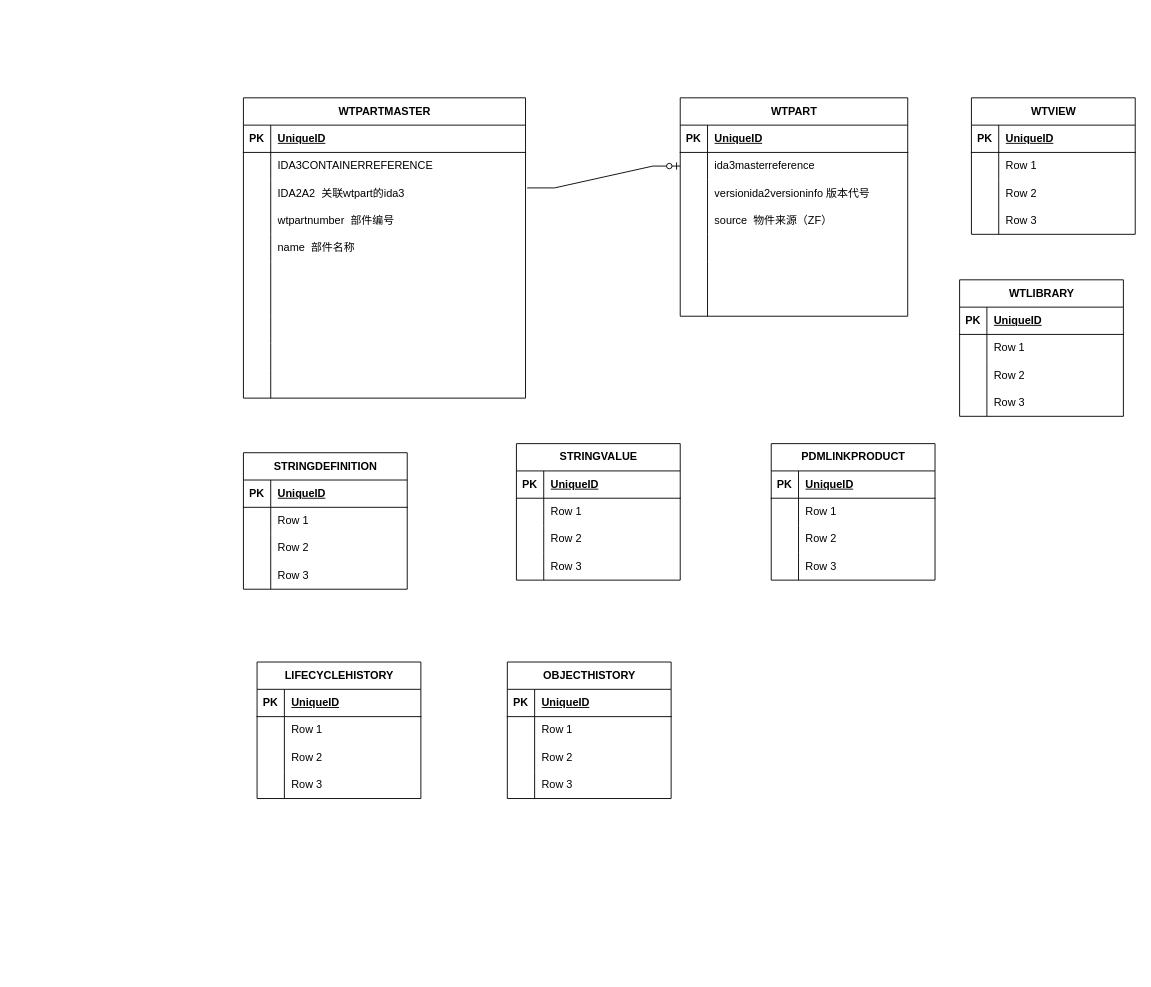
The draw.io diagram pdm数据结构.drawio in fxfng/hello-world, before the edit. Source tidied: cells renumbered, new cells numbered last; positions are measured from the earlier drawing's top-left corner, leaving out a move shared by most shapes. Both pictures are drawn from the tidied source at 91%, with x=0, y=0 at pixel (243, 97).
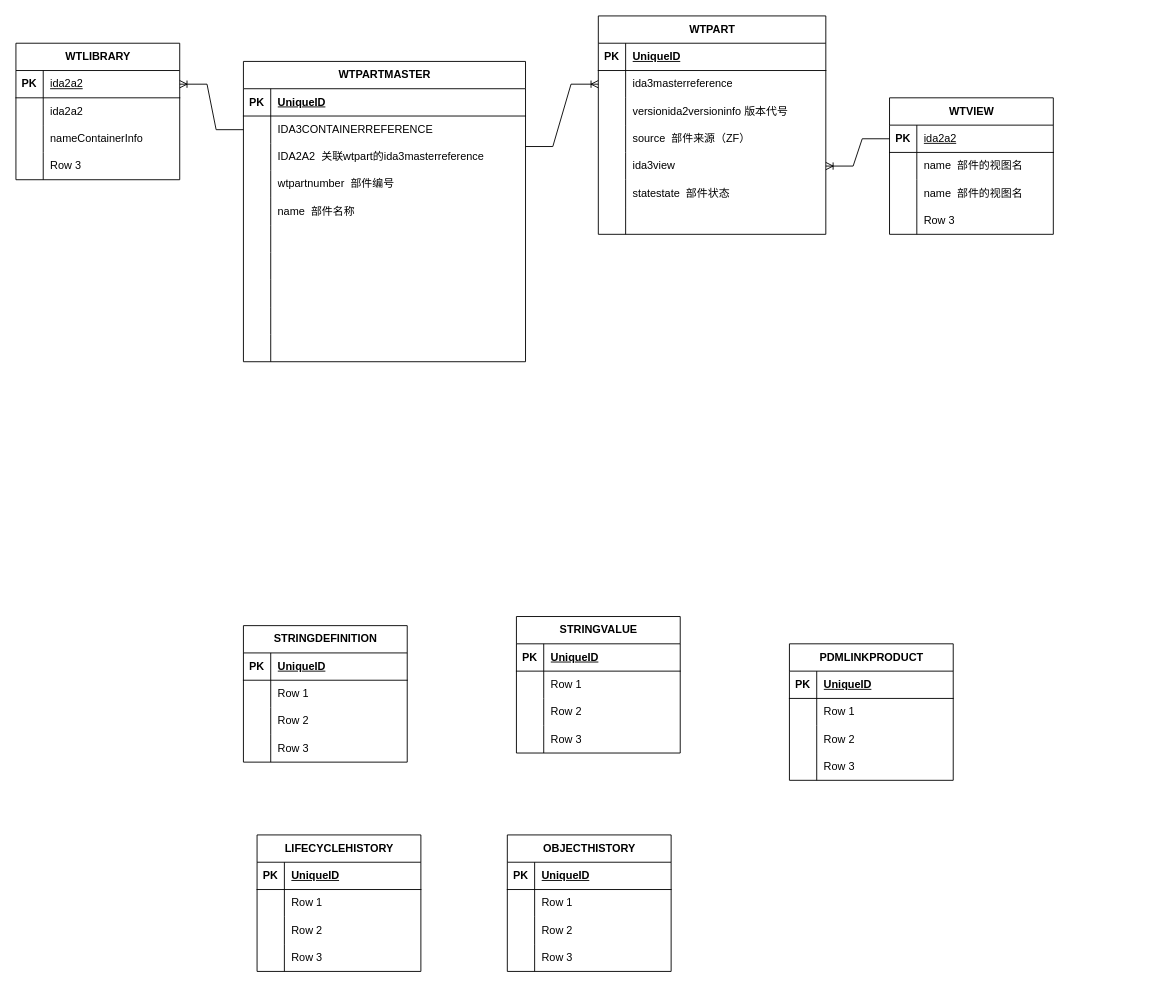
The same page after the edit.

Commit message:
更新pdm数据结构.drawio

The change refers to these unchanged cells:
```xml
<mxCell id="6" style="shape=tableRow;horizontal=0;startSize=0;swimlaneHead=0;swimlaneBody=0;fillColor=none;points=[[0,0.5],[1,0.5]];portConstraint=eastwest;top=0;left=0;right=0;bottom=0;" parent="2" vertex="1">
  <mxGeometry y="60" width="250" height="30" as="geometry" />
</mxCell>
<mxCell id="12" style="shape=tableRow;horizontal=0;startSize=0;swimlaneHead=0;swimlaneBody=0;fillColor=none;top=0;left=0;right=0;bottom=0;" parent="2" vertex="1">
  <mxGeometry y="120" width="250" height="30" as="geometry" />
</mxCell>
<mxCell id="15" style="shape=tableRow;horizontal=0;startSize=0;swimlaneHead=0;swimlaneBody=0;fillColor=none;points=[[0,0.5],[1,0.5]];portConstraint=eastwest;top=0;left=0;right=0;bottom=0;" parent="2" vertex="1">
  <mxGeometry y="150" width="250" height="30" as="geometry" />
</mxCell>
<mxCell id="18" style="shape=tableRow;horizontal=0;startSize=0;swimlaneHead=0;swimlaneBody=0;fillColor=none;top=0;left=0;right=0;bottom=0;" parent="2" vertex="1">
  <mxGeometry y="180" width="250" height="30" as="geometry" />
</mxCell>
<mxCell id="42" style="shape=tableRow;horizontal=0;startSize=0;swimlaneHead=0;swimlaneBody=0;fillColor=none;points=[[0,0.5],[1,0.5]];portConstraint=eastwest;top=0;left=0;right=0;bottom=0;" parent="38" vertex="1">
  <mxGeometry y="60" width="310" height="30" as="geometry" />
</mxCell>
<mxCell id="45" style="shape=tableRow;horizontal=0;startSize=0;swimlaneHead=0;swimlaneBody=0;fillColor=none;points=[[0,0.5],[1,0.5]];portConstraint=eastwest;top=0;left=0;right=0;bottom=0;" parent="38" vertex="1">
  <mxGeometry y="90" width="310" height="30" as="geometry" />
</mxCell>
<mxCell id="109" style="shape=tableRow;horizontal=0;startSize=0;swimlaneHead=0;swimlaneBody=0;fillColor=none;points=[[0,0.5],[1,0.5]];portConstraint=eastwest;top=0;left=0;right=0;bottom=1;" parent="108" vertex="1">
  <mxGeometry y="30" width="180" height="30" as="geometry" />
</mxCell>
<mxCell id="112" style="shape=tableRow;horizontal=0;startSize=0;swimlaneHead=0;swimlaneBody=0;fillColor=none;top=0;left=0;right=0;bottom=0;" parent="108" vertex="1">
  <mxGeometry y="60" width="180" height="30" as="geometry" />
</mxCell>
<mxCell id="115" style="shape=tableRow;horizontal=0;startSize=0;swimlaneHead=0;swimlaneBody=0;fillColor=none;top=0;left=0;right=0;bottom=0;" parent="108" vertex="1">
  <mxGeometry y="90" width="180" height="30" as="geometry" />
</mxCell>
<mxCell id="135" style="shape=tableRow;horizontal=0;startSize=0;swimlaneHead=0;swimlaneBody=0;fillColor=none;points=[[0,0.5],[1,0.5]];portConstraint=eastwest;top=0;left=0;right=0;bottom=1;" parent="134" vertex="1">
  <mxGeometry y="30" width="180" height="30" as="geometry" />
</mxCell>
<mxCell id="138" style="shape=tableRow;horizontal=0;startSize=0;swimlaneHead=0;swimlaneBody=0;fillColor=none;top=0;left=0;right=0;bottom=0;" parent="134" vertex="1">
  <mxGeometry y="60" width="180" height="30" as="geometry" />
</mxCell>
<mxCell id="141" style="shape=tableRow;horizontal=0;startSize=0;swimlaneHead=0;swimlaneBody=0;fillColor=none;top=0;left=0;right=0;bottom=0;" parent="134" vertex="1">
  <mxGeometry y="90" width="180" height="30" as="geometry" />
</mxCell>
```

The edit, as a diff of the source:
```diff
@@
     <mxCell id="2" value="WTPART" style="shape=table;startSize=30;childLayout=tableLayout;rowLines=0;fontStyle=1;align=center;html=1;" parent="1" vertex="1">
-      <mxGeometry x="480" width="250" height="240" as="geometry" />
+      <mxGeometry x="390" y="-90" width="250" height="240" as="geometry" />
     </mxCell>
@@
-    <mxCell id="14" value="source&amp;nbsp; 物件来源（ZF）" style="shape=partialRectangle;fillColor=none;top=0;left=0;bottom=0;right=0;align=left;spacingLeft=6;overflow=hidden;whiteSpace=wrap;html=1;" parent="12" vertex="1">
+    <mxCell id="14" value="source&amp;nbsp; 部件来源（ZF）" style="shape=partialRectangle;fillColor=none;top=0;left=0;bottom=0;right=0;align=left;spacingLeft=6;overflow=hidden;whiteSpace=wrap;html=1;" parent="12" vertex="1">
       <mxGeometry x="30" width="220" height="30" as="geometry" />
     </mxCell>
@@
-    <mxCell id="17" style="shape=partialRectangle;fillColor=none;top=0;left=0;bottom=0;right=0;align=left;spacingLeft=6;overflow=hidden;whiteSpace=wrap;html=1;" parent="15" vertex="1">
+    <mxCell id="17" value="ida3view" style="shape=partialRectangle;fillColor=none;top=0;left=0;bottom=0;right=0;align=left;spacingLeft=6;overflow=hidden;whiteSpace=wrap;html=1;" parent="15" vertex="1">
       <mxGeometry x="30" width="220" height="30" as="geometry" />
     </mxCell>
@@
-    <mxCell id="20" style="shape=partialRectangle;fillColor=none;top=0;left=0;bottom=0;right=0;align=left;spacingLeft=6;overflow=hidden;whiteSpace=wrap;html=1;" parent="18" vertex="1">
+    <mxCell id="20" value="statestate&amp;nbsp; 部件状态" style="shape=partialRectangle;fillColor=none;top=0;left=0;bottom=0;right=0;align=left;spacingLeft=6;overflow=hidden;whiteSpace=wrap;html=1;" parent="18" vertex="1">
       <mxGeometry x="30" width="220" height="30" as="geometry" />
     </mxCell>
@@
-    <mxCell id="24" style="edgeStyle=entityRelationEdgeStyle;fontSize=12;html=1;endArrow=ERzeroToOne;endFill=1;rounded=0;entryX=0;entryY=0.5;entryDx=0;entryDy=0;exitX=1.006;exitY=0.3;exitDx=0;exitDy=0;exitPerimeter=0;" parent="1" edge="1" source="45" target="6">
-      <mxGeometry relative="1" as="geometry" />
-    </mxCell>
     <mxCell id="25" value="STRINGDEFINITION" style="shape=table;startSize=30;childLayout=tableLayout;rowLines=0;fontStyle=1;align=center;html=1;" parent="1" vertex="1">
-      <mxGeometry y="390" width="180" height="150" as="geometry" />
+      <mxGeometry y="580" width="180" height="150" as="geometry" />
     </mxCell>
@@
     <mxCell id="38" value="WTPARTMASTER" style="shape=table;startSize=30;childLayout=tableLayout;rowLines=0;fontStyle=1;align=center;html=1;" parent="1" vertex="1">
-      <mxGeometry width="310" height="330" as="geometry" />
+      <mxGeometry y="-40" width="310" height="330" as="geometry" />
     </mxCell>
@@
-    <mxCell id="47" value="IDA2A2&amp;nbsp; 关联wtpart的ida3" style="shape=partialRectangle;fillColor=none;top=0;left=0;bottom=0;right=0;align=left;spacingLeft=6;overflow=hidden;whiteSpace=wrap;html=1;" parent="45" vertex="1">
+    <mxCell id="47" value="IDA2A2&amp;nbsp; 关联wtpart的ida3masterreference" style="shape=partialRectangle;fillColor=none;top=0;left=0;bottom=0;right=0;align=left;spacingLeft=6;overflow=hidden;whiteSpace=wrap;html=1;" parent="45" vertex="1">
       <mxGeometry x="30" width="280" height="30" as="geometry" />
     </mxCell>
@@
     <mxCell id="69" value="STRINGVALUE" style="shape=table;startSize=30;childLayout=tableLayout;rowLines=0;fontStyle=1;align=center;html=1;" parent="1" vertex="1">
-      <mxGeometry x="300" y="380" width="180" height="150" as="geometry" />
+      <mxGeometry x="300" y="570" width="180" height="150" as="geometry" />
     </mxCell>
@@
     <mxCell id="82" value="PDMLINKPRODUCT" style="shape=table;startSize=30;childLayout=tableLayout;rowLines=0;fontStyle=1;align=center;html=1;" parent="1" vertex="1">
-      <mxGeometry x="580" y="380" width="180" height="150" as="geometry" />
+      <mxGeometry x="600" y="600" width="180" height="150" as="geometry" />
     </mxCell>
@@
     <mxCell id="95" value="LIFECYCLEHISTORY" style="shape=table;startSize=30;childLayout=tableLayout;rowLines=0;fontStyle=1;align=center;html=1;" parent="1" vertex="1">
-      <mxGeometry x="15" y="620" width="180" height="150" as="geometry" />
+      <mxGeometry x="15" y="810" width="180" height="150" as="geometry" />
     </mxCell>
@@
     <mxCell id="108" value="WTVIEW" style="shape=table;startSize=30;childLayout=tableLayout;rowLines=0;fontStyle=1;align=center;html=1;" parent="1" vertex="1">
-      <mxGeometry x="800" width="180" height="150" as="geometry" />
+      <mxGeometry x="710" width="180" height="150" as="geometry" />
     </mxCell>
@@
-    <mxCell id="111" value="UniqueID" style="shape=partialRectangle;fillColor=none;top=0;left=0;bottom=0;right=0;align=left;spacingLeft=6;fontStyle=5;overflow=hidden;whiteSpace=wrap;html=1;" parent="109" vertex="1">
+    <mxCell id="111" value="&lt;span style=&quot;font-weight: 400;&quot;&gt;ida2a2&lt;/span&gt;" style="shape=partialRectangle;fillColor=none;top=0;left=0;bottom=0;right=0;align=left;spacingLeft=6;fontStyle=5;overflow=hidden;whiteSpace=wrap;html=1;" parent="109" vertex="1">
       <mxGeometry x="30" width="150" height="30" as="geometry" />
     </mxCell>
@@
-    <mxCell id="114" value="Row 1" style="shape=partialRectangle;fillColor=none;top=0;left=0;bottom=0;right=0;align=left;spacingLeft=6;overflow=hidden;whiteSpace=wrap;html=1;" parent="112" vertex="1">
+    <mxCell id="114" value="name&amp;nbsp; 部件的视图名" style="shape=partialRectangle;fillColor=none;top=0;left=0;bottom=0;right=0;align=left;spacingLeft=6;overflow=hidden;whiteSpace=wrap;html=1;" parent="112" vertex="1">
       <mxGeometry x="30" width="150" height="30" as="geometry" />
     </mxCell>
@@
-    <mxCell id="117" value="Row 2" style="shape=partialRectangle;fillColor=none;top=0;left=0;bottom=0;right=0;align=left;spacingLeft=6;overflow=hidden;whiteSpace=wrap;html=1;" parent="115" vertex="1">
+    <mxCell id="117" value="name&amp;nbsp; 部件的视图名" style="shape=partialRectangle;fillColor=none;top=0;left=0;bottom=0;right=0;align=left;spacingLeft=6;overflow=hidden;whiteSpace=wrap;html=1;" parent="115" vertex="1">
       <mxGeometry x="30" width="150" height="30" as="geometry" />
     </mxCell>
@@
     <mxCell id="121" value="OBJECTHISTORY" style="shape=table;startSize=30;childLayout=tableLayout;rowLines=0;fontStyle=1;align=center;html=1;" parent="1" vertex="1">
-      <mxGeometry x="290" y="620" width="180" height="150" as="geometry" />
+      <mxGeometry x="290" y="810" width="180" height="150" as="geometry" />
     </mxCell>
@@
     <mxCell id="134" value="WTLIBRARY" style="shape=table;startSize=30;childLayout=tableLayout;rowLines=0;fontStyle=1;align=center;html=1;" parent="1" vertex="1">
-      <mxGeometry x="787" y="200" width="180" height="150" as="geometry" />
+      <mxGeometry x="-250" y="-60" width="180" height="150" as="geometry" />
     </mxCell>
@@
-    <mxCell id="137" value="UniqueID" style="shape=partialRectangle;fillColor=none;top=0;left=0;bottom=0;right=0;align=left;spacingLeft=6;fontStyle=5;overflow=hidden;whiteSpace=wrap;html=1;" parent="135" vertex="1">
+    <mxCell id="137" value="&lt;span style=&quot;font-weight: 400;&quot;&gt;ida2a2&lt;/span&gt;" style="shape=partialRectangle;fillColor=none;top=0;left=0;bottom=0;right=0;align=left;spacingLeft=6;fontStyle=5;overflow=hidden;whiteSpace=wrap;html=1;" parent="135" vertex="1">
       <mxGeometry x="30" width="150" height="30" as="geometry" />
     </mxCell>
@@
-    <mxCell id="140" value="Row 1" style="shape=partialRectangle;fillColor=none;top=0;left=0;bottom=0;right=0;align=left;spacingLeft=6;overflow=hidden;whiteSpace=wrap;html=1;" parent="138" vertex="1">
+    <mxCell id="140" value="ida2a2" style="shape=partialRectangle;fillColor=none;top=0;left=0;bottom=0;right=0;align=left;spacingLeft=6;overflow=hidden;whiteSpace=wrap;html=1;" parent="138" vertex="1">
       <mxGeometry x="30" width="150" height="30" as="geometry" />
     </mxCell>
@@
-    <mxCell id="143" value="Row 2" style="shape=partialRectangle;fillColor=none;top=0;left=0;bottom=0;right=0;align=left;spacingLeft=6;overflow=hidden;whiteSpace=wrap;html=1;" parent="141" vertex="1">
+    <mxCell id="143" value="nameContainerInfo" style="shape=partialRectangle;fillColor=none;top=0;left=0;bottom=0;right=0;align=left;spacingLeft=6;overflow=hidden;whiteSpace=wrap;html=1;" parent="141" vertex="1">
       <mxGeometry x="30" width="150" height="30" as="geometry" />
     </mxCell>
@@
+    <mxCell id="24" style="edgeStyle=entityRelationEdgeStyle;fontSize=12;html=1;endArrow=ERoneToMany;rounded=0;entryX=0;entryY=0.5;entryDx=0;entryDy=0;exitX=1;exitY=0.117;exitDx=0;exitDy=0;exitPerimeter=0;" parent="1" edge="1" source="45" target="6">
+      <mxGeometry relative="1" as="geometry">
+        <Array as="points">
+          <mxPoint x="304" y="70" />
+        </Array>
+      </mxGeometry>
+    </mxCell>
+    <mxCell id="147" style="edgeStyle=entityRelationEdgeStyle;fontSize=12;html=1;endArrow=ERoneToMany;rounded=0;entryX=1;entryY=0.5;entryDx=0;entryDy=0;exitX=0;exitY=0.5;exitDx=0;exitDy=0;" parent="1" edge="1" source="109" target="15">
+      <mxGeometry relative="1" as="geometry" />
+    </mxCell>
+    <mxCell id="148" style="edgeStyle=entityRelationEdgeStyle;fontSize=12;html=1;endArrow=ERoneToMany;rounded=0;entryX=1;entryY=0.5;entryDx=0;entryDy=0;exitX=0;exitY=0.5;exitDx=0;exitDy=0;" parent="1" edge="1" source="42" target="135">
+      <mxGeometry relative="1" as="geometry" />
+    </mxCell>
```
